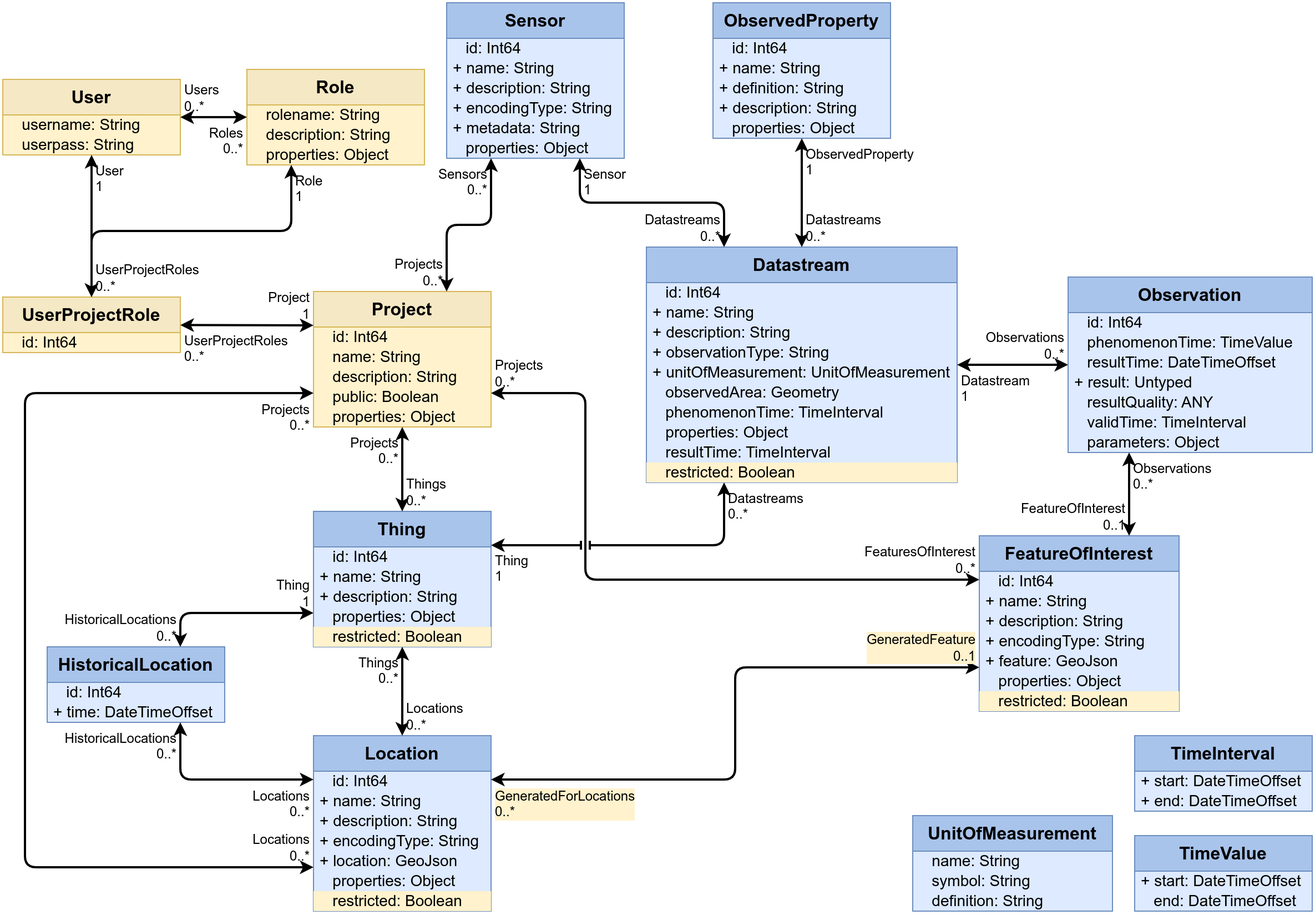
Before: docs/images/Datamodel-SensorThingsApi-Projects.drawio.png, a diagram exported from draw.io (FraunhoferIOSB/FROST-Server). Source tidied: cells renumbered, new cells last; positions are measured from the earlier drawing's top-left corner, leaving out a move shared by most shapes.
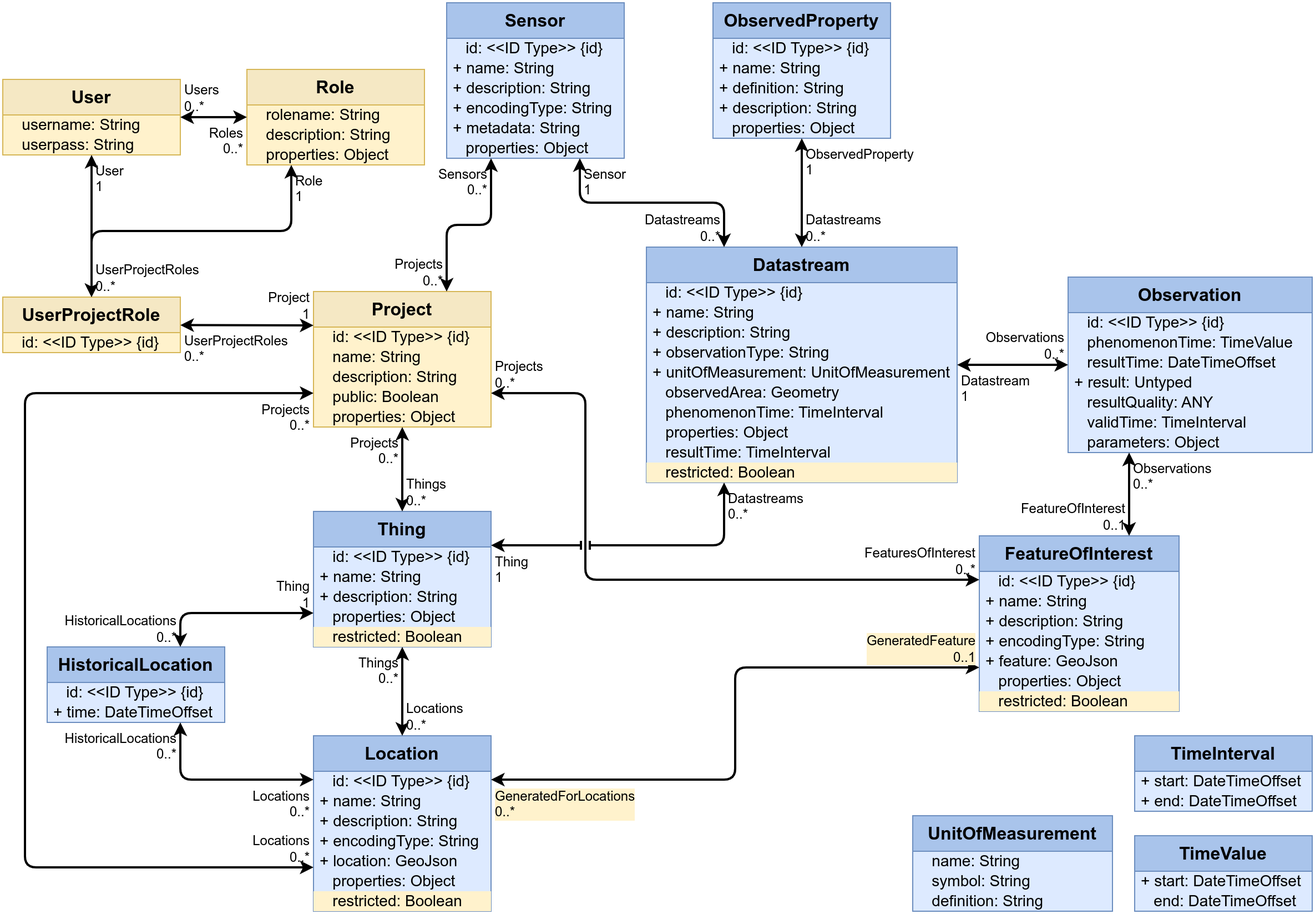
The same diagram one commit later.

What changed in the source:
```diff
@@ -5,7 +5,7 @@
     <mxCell id="2" value="Datastream" style="swimlane;fontStyle=1;horizontal=1;startSize=32;fontSize=16;whiteSpace=wrap;html=1;fillColor=#A9C4EB;strokeColor=#6c8ebf;swimlaneFillColor=#DDEAFF;verticalAlign=top;" parent="1" vertex="1">
       <mxGeometry x="580" y="220" width="280" height="212" as="geometry" />
     </mxCell>
-    <mxCell id="3" value="&amp;nbsp;&amp;nbsp;&amp;nbsp;id: Int64" style="text;strokeColor=none;fillColor=none;align=left;verticalAlign=middle;spacingLeft=4;spacingRight=4;overflow=visible;html=1;fontSize=14;" parent="2" vertex="1">
+    <mxCell id="3" value="&amp;nbsp;&amp;nbsp;&amp;nbsp;id: &amp;lt;&amp;lt;ID Type&amp;gt;&amp;gt; {id}" style="text;strokeColor=none;fillColor=none;align=left;verticalAlign=middle;spacingLeft=4;spacingRight=4;overflow=visible;html=1;fontSize=14;" parent="2" vertex="1">
       <mxGeometry y="32" width="280" height="18" as="geometry" />
     </mxCell>
     <mxCell id="4" value="+ name: String" style="text;strokeColor=none;fillColor=none;align=left;verticalAlign=middle;spacingLeft=4;spacingRight=4;overflow=visible;html=1;fontSize=14;" parent="2" vertex="1">
@@ -38,7 +38,7 @@
     <mxCell id="13" value="FeatureOfInterest" style="swimlane;fontStyle=1;horizontal=1;startSize=32;fontSize=16;whiteSpace=wrap;html=1;fillColor=#A9C4EB;strokeColor=#6c8ebf;swimlaneFillColor=#DDEAFF;verticalAlign=top;" parent="1" vertex="1">
       <mxGeometry x="880" y="480" width="180" height="158" as="geometry" />
     </mxCell>
-    <mxCell id="14" value="&amp;nbsp;&amp;nbsp;&amp;nbsp;id: Int64" style="text;strokeColor=none;fillColor=none;align=left;verticalAlign=middle;spacingLeft=4;spacingRight=4;overflow=visible;html=1;fontSize=14;" parent="13" vertex="1">
+    <mxCell id="14" value="&amp;nbsp;&amp;nbsp;&amp;nbsp;id: &amp;lt;&amp;lt;ID Type&amp;gt;&amp;gt; {id}" style="text;strokeColor=none;fillColor=none;align=left;verticalAlign=middle;spacingLeft=4;spacingRight=4;overflow=visible;html=1;fontSize=14;" parent="13" vertex="1">
       <mxGeometry y="32" width="180" height="18" as="geometry" />
     </mxCell>
     <mxCell id="15" value="+ name: String" style="text;strokeColor=none;fillColor=none;align=left;verticalAlign=middle;spacingLeft=4;spacingRight=4;overflow=visible;html=1;fontSize=14;" parent="13" vertex="1">
@@ -62,7 +62,7 @@
     <mxCell id="21" value="HistoricalLocation" style="swimlane;fontStyle=1;horizontal=1;startSize=32;fontSize=16;whiteSpace=wrap;html=1;fillColor=#A9C4EB;strokeColor=#6c8ebf;swimlaneFillColor=#DDEAFF;verticalAlign=top;" parent="1" vertex="1">
       <mxGeometry x="40" y="580" width="160" height="68" as="geometry" />
     </mxCell>
-    <mxCell id="22" value="&amp;nbsp;&amp;nbsp;&amp;nbsp;id: Int64" style="text;strokeColor=none;fillColor=none;align=left;verticalAlign=middle;spacingLeft=4;spacingRight=4;overflow=visible;html=1;fontSize=14;" parent="21" vertex="1">
+    <mxCell id="22" value="&amp;nbsp;&amp;nbsp;&amp;nbsp;id: &amp;lt;&amp;lt;ID Type&amp;gt;&amp;gt; {id}" style="text;strokeColor=none;fillColor=none;align=left;verticalAlign=middle;spacingLeft=4;spacingRight=4;overflow=visible;html=1;fontSize=14;" parent="21" vertex="1">
       <mxGeometry y="32" width="160" height="18" as="geometry" />
     </mxCell>
     <mxCell id="23" value="+ time: DateTimeOffset" style="text;strokeColor=none;fillColor=none;align=left;verticalAlign=middle;spacingLeft=4;spacingRight=4;overflow=visible;html=1;fontSize=14;" parent="21" vertex="1">
@@ -71,7 +71,7 @@
     <mxCell id="24" value="Location" style="swimlane;fontStyle=1;horizontal=1;startSize=32;fontSize=16;whiteSpace=wrap;html=1;fillColor=#A9C4EB;strokeColor=#6c8ebf;swimlaneFillColor=#DDEAFF;verticalAlign=top;" parent="1" vertex="1">
       <mxGeometry x="280" y="660" width="160" height="158" as="geometry" />
     </mxCell>
-    <mxCell id="25" value="&amp;nbsp;&amp;nbsp;&amp;nbsp;id: Int64" style="text;strokeColor=none;fillColor=none;align=left;verticalAlign=middle;spacingLeft=4;spacingRight=4;overflow=visible;html=1;fontSize=14;" parent="24" vertex="1">
+    <mxCell id="25" value="&amp;nbsp;&amp;nbsp;&amp;nbsp;id: &amp;lt;&amp;lt;ID Type&amp;gt;&amp;gt; {id}" style="text;strokeColor=none;fillColor=none;align=left;verticalAlign=middle;spacingLeft=4;spacingRight=4;overflow=visible;html=1;fontSize=14;" parent="24" vertex="1">
       <mxGeometry y="32" width="160" height="18" as="geometry" />
     </mxCell>
     <mxCell id="26" value="+ name: String" style="text;strokeColor=none;fillColor=none;align=left;verticalAlign=middle;spacingLeft=4;spacingRight=4;overflow=visible;html=1;fontSize=14;" parent="24" vertex="1">
@@ -113,7 +113,7 @@
     <mxCell id="38" value="Observation" style="swimlane;fontStyle=1;horizontal=1;startSize=32;fontSize=16;whiteSpace=wrap;html=1;fillColor=#A9C4EB;strokeColor=#6c8ebf;swimlaneFillColor=#DDEAFF;verticalAlign=top;" parent="1" vertex="1">
       <mxGeometry x="960" y="247" width="220" height="158" as="geometry" />
     </mxCell>
-    <mxCell id="39" value="&amp;nbsp;&amp;nbsp;&amp;nbsp;id: Int64" style="text;strokeColor=none;fillColor=none;align=left;verticalAlign=middle;spacingLeft=4;spacingRight=4;overflow=visible;html=1;fontSize=14;" parent="38" vertex="1">
+    <mxCell id="39" value="&amp;nbsp;&amp;nbsp;&amp;nbsp;id: &amp;lt;&amp;lt;ID Type&amp;gt;&amp;gt; {id}" style="text;strokeColor=none;fillColor=none;align=left;verticalAlign=middle;spacingLeft=4;spacingRight=4;overflow=visible;html=1;fontSize=14;" parent="38" vertex="1">
       <mxGeometry y="32" width="220" height="18" as="geometry" />
     </mxCell>
     <mxCell id="40" value="&amp;nbsp;&amp;nbsp;&amp;nbsp;phenomenonTime: TimeValue" style="text;strokeColor=none;fillColor=none;align=left;verticalAlign=middle;spacingLeft=4;spacingRight=4;overflow=visible;html=1;fontSize=14;" parent="38" vertex="1">
@@ -155,7 +155,7 @@
     <mxCell id="52" value="ObservedProperty" style="swimlane;fontStyle=1;horizontal=1;startSize=32;fontSize=16;whiteSpace=wrap;html=1;fillColor=#A9C4EB;strokeColor=#6c8ebf;swimlaneFillColor=#DDEAFF;verticalAlign=top;" parent="1" vertex="1">
       <mxGeometry x="640" width="160" height="122" as="geometry" />
     </mxCell>
-    <mxCell id="53" value="&amp;nbsp;&amp;nbsp;&amp;nbsp;id: Int64" style="text;strokeColor=none;fillColor=none;align=left;verticalAlign=middle;spacingLeft=4;spacingRight=4;overflow=visible;html=1;fontSize=14;" parent="52" vertex="1">
+    <mxCell id="53" value="&amp;nbsp;&amp;nbsp;&amp;nbsp;id: &amp;lt;&amp;lt;ID Type&amp;gt;&amp;gt; {id}" style="text;strokeColor=none;fillColor=none;align=left;verticalAlign=middle;spacingLeft=4;spacingRight=4;overflow=visible;html=1;fontSize=14;" parent="52" vertex="1">
       <mxGeometry y="32" width="160" height="18" as="geometry" />
     </mxCell>
     <mxCell id="54" value="+ name: String" style="text;strokeColor=none;fillColor=none;align=left;verticalAlign=middle;spacingLeft=4;spacingRight=4;overflow=visible;html=1;fontSize=14;" parent="52" vertex="1">
@@ -182,7 +182,7 @@
     <mxCell id="61" value="Project" style="swimlane;fontStyle=1;horizontal=1;startSize=32;fontSize=16;whiteSpace=wrap;html=1;fillColor=#F5E8C4;strokeColor=#D6B656;swimlaneFillColor=#FFF2CC;" parent="1" vertex="1">
       <mxGeometry x="280" y="260" width="160" height="122" as="geometry" />
     </mxCell>
-    <mxCell id="62" value="&amp;nbsp;&amp;nbsp;&amp;nbsp;id: Int64" style="text;strokeColor=none;fillColor=none;align=left;verticalAlign=middle;spacingLeft=4;spacingRight=4;overflow=visible;html=1;fontSize=14;" parent="61" vertex="1">
+    <mxCell id="62" value="&amp;nbsp;&amp;nbsp;&amp;nbsp;id: &amp;lt;&amp;lt;ID Type&amp;gt;&amp;gt; {id}" style="text;strokeColor=none;fillColor=none;align=left;verticalAlign=middle;spacingLeft=4;spacingRight=4;overflow=visible;html=1;fontSize=14;" parent="61" vertex="1">
       <mxGeometry y="32" width="160" height="18" as="geometry" />
     </mxCell>
     <mxCell id="63" value="&amp;nbsp;&amp;nbsp;&amp;nbsp;name: String" style="text;strokeColor=none;fillColor=none;align=left;verticalAlign=middle;spacingLeft=4;spacingRight=4;overflow=visible;html=1;fontSize=14;" parent="61" vertex="1">
@@ -226,7 +226,7 @@
     <mxCell id="74" value="Sensor" style="swimlane;fontStyle=1;horizontal=1;startSize=32;fontSize=16;whiteSpace=wrap;html=1;fillColor=#A9C4EB;strokeColor=#6c8ebf;swimlaneFillColor=#DDEAFF;verticalAlign=top;" parent="1" vertex="1">
       <mxGeometry x="400" width="160" height="140" as="geometry" />
     </mxCell>
-    <mxCell id="75" value="&amp;nbsp;&amp;nbsp;&amp;nbsp;id: Int64" style="text;strokeColor=none;fillColor=none;align=left;verticalAlign=middle;spacingLeft=4;spacingRight=4;overflow=visible;html=1;fontSize=14;" parent="74" vertex="1">
+    <mxCell id="75" value="&amp;nbsp;&amp;nbsp;&amp;nbsp;id: &amp;lt;&amp;lt;ID Type&amp;gt;&amp;gt; {id}" style="text;strokeColor=none;fillColor=none;align=left;verticalAlign=middle;spacingLeft=4;spacingRight=4;overflow=visible;html=1;fontSize=14;" parent="74" vertex="1">
       <mxGeometry y="32" width="160" height="18" as="geometry" />
     </mxCell>
     <mxCell id="76" value="+ name: String" style="text;strokeColor=none;fillColor=none;align=left;verticalAlign=middle;spacingLeft=4;spacingRight=4;overflow=visible;html=1;fontSize=14;" parent="74" vertex="1">
@@ -265,7 +265,7 @@
     <mxCell id="87" value="Thing" style="swimlane;fontStyle=1;horizontal=1;startSize=32;fontSize=16;whiteSpace=wrap;html=1;fillColor=#A9C4EB;strokeColor=#6c8ebf;swimlaneFillColor=#DDEAFF;verticalAlign=top;" parent="1" vertex="1">
       <mxGeometry x="280" y="458" width="160" height="122" as="geometry" />
     </mxCell>
-    <mxCell id="88" value="&amp;nbsp;&amp;nbsp;&amp;nbsp;id: Int64" style="text;strokeColor=none;fillColor=none;align=left;verticalAlign=middle;spacingLeft=4;spacingRight=4;overflow=visible;html=1;fontSize=14;" parent="87" vertex="1">
+    <mxCell id="88" value="&amp;nbsp;&amp;nbsp;&amp;nbsp;id: &amp;lt;&amp;lt;ID Type&amp;gt;&amp;gt; {id}" style="text;strokeColor=none;fillColor=none;align=left;verticalAlign=middle;spacingLeft=4;spacingRight=4;overflow=visible;html=1;fontSize=14;" parent="87" vertex="1">
       <mxGeometry y="32" width="160" height="18" as="geometry" />
     </mxCell>
     <mxCell id="89" value="+ name: String" style="text;strokeColor=none;fillColor=none;align=left;verticalAlign=middle;spacingLeft=4;spacingRight=4;overflow=visible;html=1;fontSize=14;" parent="87" vertex="1">
@@ -337,7 +337,7 @@
     <mxCell id="111" value="UserProjectRole" style="swimlane;fontStyle=1;horizontal=1;startSize=32;fontSize=16;whiteSpace=wrap;html=1;fillColor=#F5E8C4;strokeColor=#D6B656;swimlaneFillColor=#FFF2CC;" parent="1" vertex="1">
       <mxGeometry y="265" width="160" height="50" as="geometry" />
     </mxCell>
-    <mxCell id="112" value="&amp;nbsp;&amp;nbsp;&amp;nbsp;id: Int64" style="text;strokeColor=none;fillColor=none;align=left;verticalAlign=middle;spacingLeft=4;spacingRight=4;overflow=visible;html=1;fontSize=14;" parent="111" vertex="1">
+    <mxCell id="112" value="&amp;nbsp;&amp;nbsp;&amp;nbsp;id: &amp;lt;&amp;lt;ID Type&amp;gt;&amp;gt; {id}" style="text;strokeColor=none;fillColor=none;align=left;verticalAlign=middle;spacingLeft=4;spacingRight=4;overflow=visible;html=1;fontSize=14;" parent="111" vertex="1">
       <mxGeometry y="32" width="160" height="18" as="geometry" />
     </mxCell>
     <mxCell id="113" style="endArrow=classic;startArrow=classic;html=1;rounded=1;noEdgeStyle=1;strokeWidth=2;curved=0;jumpStyle=line;entryX=0;entryY=0.25;entryDx=0;entryDy=0;" parent="1" edge="1" source="111" target="61">
```
